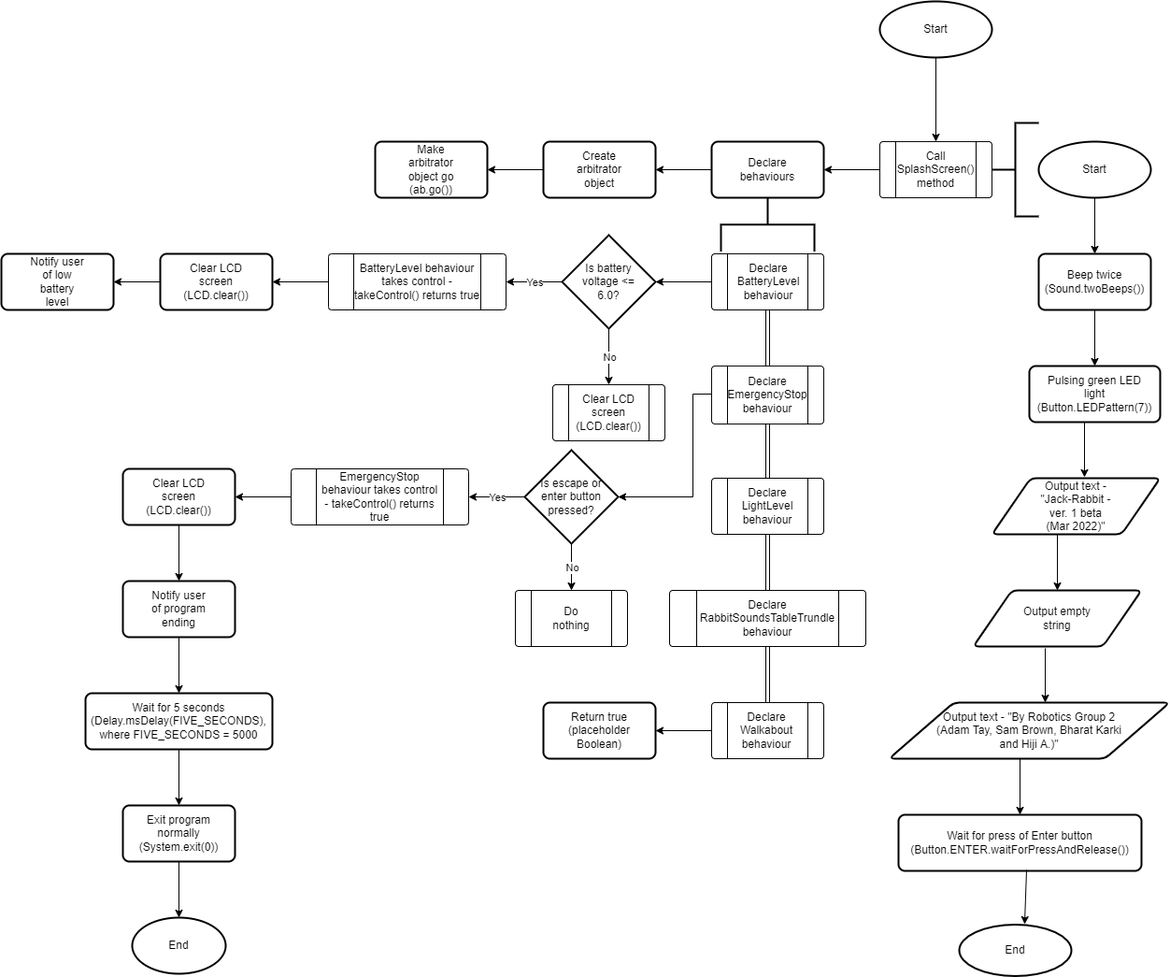
Before: Final submission/ControlFlow.png, a diagram exported from draw.io (XLmT09/Bunny-Robot). Source tidied: cells renumbered, new cells last; positions are measured from the earlier drawing's top-left corner, leaving out a move shared by most shapes.
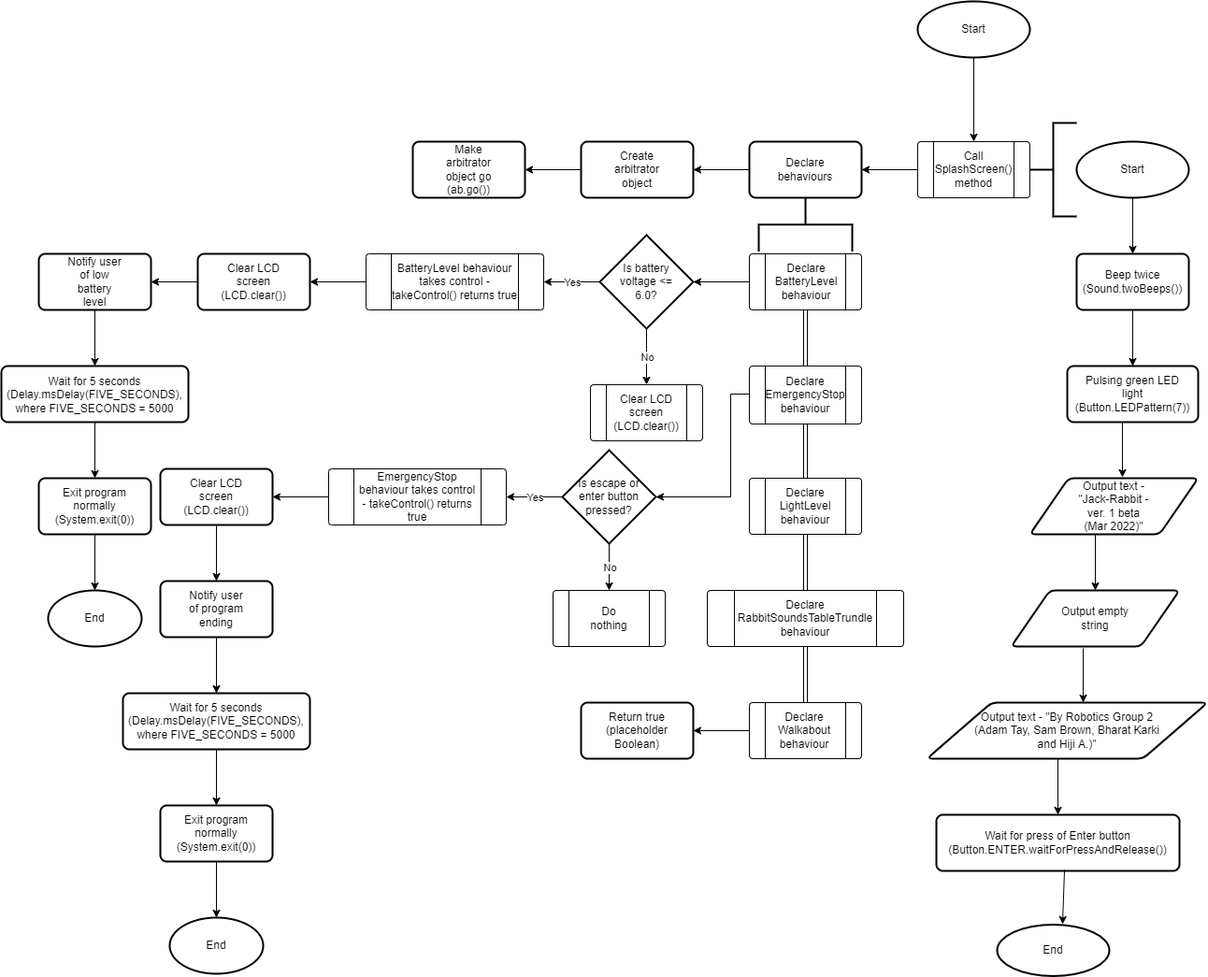
Later version of the same file.

Diff of the diagram source:
```diff
@@ -410,5 +410,35 @@
     <mxCell id="128" value="End" style="text;html=1;strokeColor=none;fillColor=none;align=center;verticalAlign=middle;whiteSpace=wrap;rounded=0;hachureGap=4;" parent="126" vertex="1">
       <mxGeometry x="30" y="12.5" width="60" height="30" as="geometry" />
     </mxCell>
+    <mxCell id="129" style="group;" parent="1" vertex="1">
+      <mxGeometry x="-40" y="390" width="200" height="60" as="geometry" />
+    </mxCell>
+    <mxCell id="130" style="rounded=1;whiteSpace=wrap;html=1;absoluteArcSize=1;arcSize=14;strokeWidth=2;hachureGap=4;" parent="129" vertex="1">
+      <mxGeometry width="200" height="60" as="geometry" />
+    </mxCell>
+    <mxCell id="131" value="Wait for 5 seconds (Delay.msDelay(FIVE_SECONDS), where FIVE_SECONDS = 5000" style="text;strokeColor=none;fillColor=none;html=1;align=center;verticalAlign=middle;whiteSpace=wrap;rounded=0;hachureGap=4;" parent="129" vertex="1">
+      <mxGeometry x="70" y="16" width="60" height="30" as="geometry" />
+    </mxCell>
+    <mxCell id="132" style="endArrow=classic;html=1;rounded=0;sourcePerimeterSpacing=8;targetPerimeterSpacing=8;entryX=0.5;entryY=0;entryDx=0;entryDy=0;exitX=0.5;exitY=1;exitDx=0;exitDy=0;" parent="1" edge="1" source="123" target="130">
+      <mxGeometry relative="1" as="geometry" />
+    </mxCell>
+    <mxCell id="133" style="rounded=1;whiteSpace=wrap;html=1;absoluteArcSize=1;arcSize=14;strokeWidth=2;hachureGap=4;" parent="1" vertex="1">
+      <mxGeometry y="510" width="120" height="60" as="geometry" />
+    </mxCell>
+    <mxCell id="134" style="endArrow=classic;html=1;rounded=0;sourcePerimeterSpacing=8;targetPerimeterSpacing=8;entryX=0.5;entryY=0;entryDx=0;entryDy=0;exitX=0.5;exitY=1;exitDx=0;exitDy=0;" parent="1" edge="1" source="130" target="133">
+      <mxGeometry relative="1" as="geometry" />
+    </mxCell>
+    <mxCell id="135" value="Exit program normally (System.exit(0))" style="text;strokeColor=none;fillColor=none;html=1;align=center;verticalAlign=middle;whiteSpace=wrap;rounded=0;hachureGap=4;" parent="1" vertex="1">
+      <mxGeometry x="30" y="525" width="60" height="30" as="geometry" />
+    </mxCell>
+    <mxCell id="136" style="strokeWidth=2;html=1;shape=mxgraph.flowchart.start_1;whiteSpace=wrap;hachureGap=4;" parent="1" vertex="1">
+      <mxGeometry x="10" y="630" width="100" height="60" as="geometry" />
+    </mxCell>
+    <mxCell id="137" value="End" style="text;strokeColor=none;fillColor=none;html=1;align=center;verticalAlign=middle;whiteSpace=wrap;rounded=0;hachureGap=4;" parent="1" vertex="1">
+      <mxGeometry x="30" y="645" width="60" height="30" as="geometry" />
+    </mxCell>
+    <mxCell id="138" style="endArrow=classic;html=1;rounded=0;sourcePerimeterSpacing=8;targetPerimeterSpacing=8;entryX=0.5;entryY=0;entryDx=0;entryDy=0;entryPerimeter=0;exitX=0.5;exitY=1;exitDx=0;exitDy=0;" parent="1" edge="1" source="133" target="136">
+      <mxGeometry relative="1" as="geometry" />
+    </mxCell>
   </root>
 </mxGraphModel>
```
